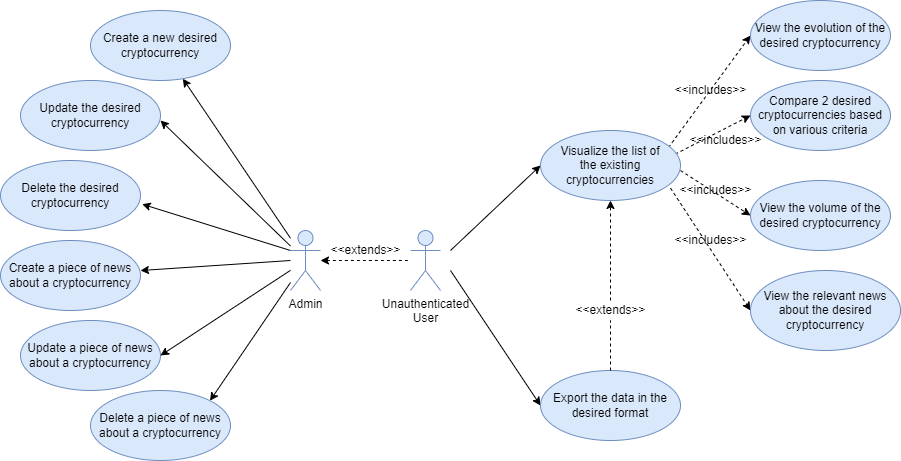
DianaCrainic/WADe_Project keeps this draw.io diagram as diagrams/use-case/UsersUseCaseDiagram.png. Above is the earlier version. Source tidied: cells renumbered, new cells last; positions are measured from the earlier drawing's top-left corner, leaving out a move shared by most shapes.
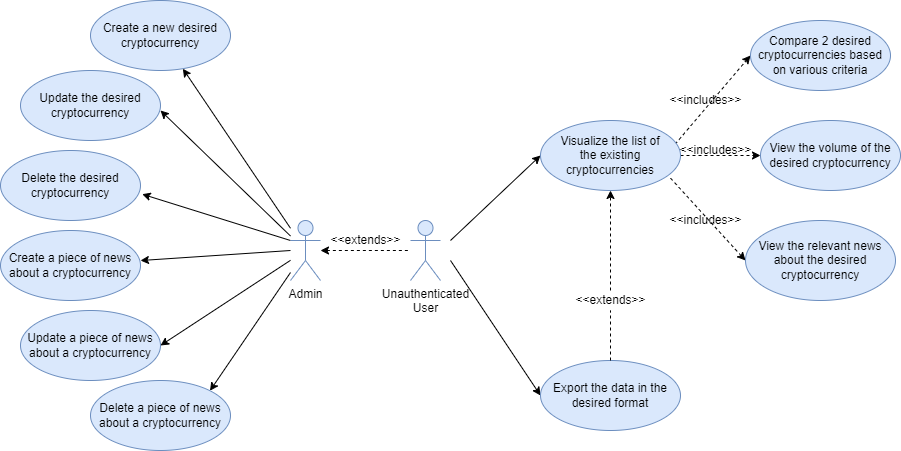
After the change.

Commit message:
update usecases diagram

Diff of the diagram source:
```diff
@@ -15,15 +15,12 @@
     <mxCell id="4" value="Unauthenticated&lt;br&gt;User" style="shape=umlActor;verticalLabelPosition=bottom;verticalAlign=top;html=1;fillColor=#dae8fc;strokeColor=#6c8ebf;" parent="1" vertex="1">
       <mxGeometry x="410" y="230" width="30" height="60" as="geometry" />
     </mxCell>
-    <mxCell id="5" style="edgeStyle=none;rounded=0;jettySize=auto;html=1;exitX=0.914;exitY=0.243;exitDx=0;exitDy=0;entryX=0;entryY=0.5;entryDx=0;entryDy=0;dashed=1;exitPerimeter=0;" parent="1" edge="1" source="9" target="14">
-      <mxGeometry relative="1" as="geometry" />
-    </mxCell>
     <mxCell id="6" style="edgeStyle=none;rounded=0;jettySize=auto;html=1;entryX=0;entryY=0.5;entryDx=0;entryDy=0;dashed=1;exitX=0.962;exitY=0.338;exitDx=0;exitDy=0;exitPerimeter=0;" parent="1" edge="1" source="9" target="13">
       <mxGeometry relative="1" as="geometry" />
     </mxCell>
     <mxCell id="7" style="edgeStyle=none;rounded=0;jettySize=auto;html=1;entryX=0;entryY=0.5;entryDx=0;entryDy=0;dashed=1;" parent="1" edge="1" target="12">
       <mxGeometry relative="1" as="geometry">
-        <mxPoint x="680" y="170" as="sourcePoint" />
+        <mxPoint x="680" y="165" as="sourcePoint" />
       </mxGeometry>
     </mxCell>
     <mxCell id="8" style="edgeStyle=none;rounded=0;jettySize=auto;html=1;entryX=0;entryY=0.5;entryDx=0;entryDy=0;dashed=1;exitX=0.929;exitY=0.824;exitDx=0;exitDy=0;exitPerimeter=0;" parent="1" edge="1" source="9" target="15">
@@ -39,28 +36,22 @@
       <mxGeometry x="540" y="370" width="140" height="70" as="geometry" />
     </mxCell>
     <mxCell id="12" value="View the volume of the desired cryptocurrency" style="ellipse;whiteSpace=wrap;html=1;fillColor=#dae8fc;strokeColor=#6c8ebf;" parent="1" vertex="1">
-      <mxGeometry x="750" y="180" width="140" height="70" as="geometry" />
+      <mxGeometry x="760" y="130" width="140" height="70" as="geometry" />
     </mxCell>
     <mxCell id="13" value="Compare 2 desired cryptocurrencies based on various criteria" style="ellipse;whiteSpace=wrap;html=1;fillColor=#dae8fc;strokeColor=#6c8ebf;" parent="1" vertex="1">
-      <mxGeometry x="750" y="80" width="140" height="70" as="geometry" />
+      <mxGeometry x="750" y="30" width="140" height="70" as="geometry" />
     </mxCell>
-    <mxCell id="14" value="View the evolution of the desired cryptocurrency" style="ellipse;whiteSpace=wrap;html=1;fillColor=#dae8fc;strokeColor=#6c8ebf;" parent="1" vertex="1">
-      <mxGeometry x="750" width="140" height="70" as="geometry" />
-    </mxCell>
     <mxCell id="15" value="View the relevant news about the desired cryptocurrency" style="ellipse;whiteSpace=wrap;html=1;fillColor=#dae8fc;strokeColor=#6c8ebf;" parent="1" vertex="1">
-      <mxGeometry x="750" y="270" width="150" height="80" as="geometry" />
+      <mxGeometry x="745" y="230" width="150" height="80" as="geometry" />
     </mxCell>
-    <mxCell id="16" value="&amp;lt;&amp;lt;includes&amp;gt;&amp;gt;" style="text;html=1;align=center;verticalAlign=middle;strokeColor=none;fillColor=none;" parent="1" vertex="1">
-      <mxGeometry x="665" y="80" width="90" height="20" as="geometry" />
-    </mxCell>
     <mxCell id="17" value="&amp;lt;&amp;lt;includes&amp;gt;&amp;gt;" style="text;html=1;align=center;verticalAlign=middle;strokeColor=none;fillColor=none;" parent="1" vertex="1">
-      <mxGeometry x="680" y="130" width="90" height="20" as="geometry" />
+      <mxGeometry x="660" y="100" width="90" height="20" as="geometry" />
     </mxCell>
     <mxCell id="18" value="&amp;lt;&amp;lt;includes&amp;gt;&amp;gt;" style="text;html=1;align=center;verticalAlign=middle;strokeColor=none;fillColor=none;" parent="1" vertex="1">
-      <mxGeometry x="670" y="180" width="90" height="20" as="geometry" />
+      <mxGeometry x="670" y="150" width="90" height="20" as="geometry" />
     </mxCell>
     <mxCell id="19" value="&amp;lt;&amp;lt;includes&amp;gt;&amp;gt;" style="text;html=1;align=center;verticalAlign=middle;strokeColor=none;fillColor=none;" parent="1" vertex="1">
-      <mxGeometry x="665" y="230" width="90" height="20" as="geometry" />
+      <mxGeometry x="660" y="220" width="90" height="20" as="geometry" />
     </mxCell>
     <mxCell id="20" value="&amp;lt;&amp;lt;extends&amp;gt;&amp;gt;" style="text;html=1;align=center;verticalAlign=middle;points=[];strokeColor=none;fillColor=none;" parent="1" vertex="1">
       <mxGeometry x="565" y="300" width="90" height="20" as="geometry" />
```
